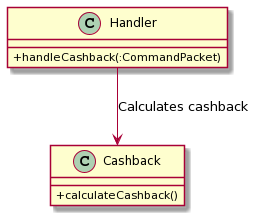
Before: docs/uml_images/financetools/Cashback/CashbackClassDiagram.png, a diagram exported from PlantUML (nus-cs2113-AY2021S1/tp). Source of this version:
```plantuml
@startuml
skinparam classAttributeIconSize 0
class Handler {
 +handleCashback(:CommandPacket)
}

class Cashback {
 +calculateCashback()
}

Handler --> Cashback : Calculates cashback
@enduml
```
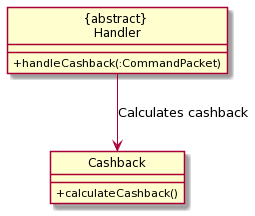
Above is the later version.

What changed in the source:
```diff
@@ -1,6 +1,7 @@
 @startuml
+hide circle
 skinparam classAttributeIconSize 0
-class Handler {
+class "{abstract} \nHandler" {
  +handleCashback(:CommandPacket)
 }
 
@@ -8,5 +9,5 @@
  +calculateCashback()
 }
 
-Handler --> Cashback : Calculates cashback
+"{abstract} \nHandler" --> Cashback : Calculates cashback
 @enduml
```
